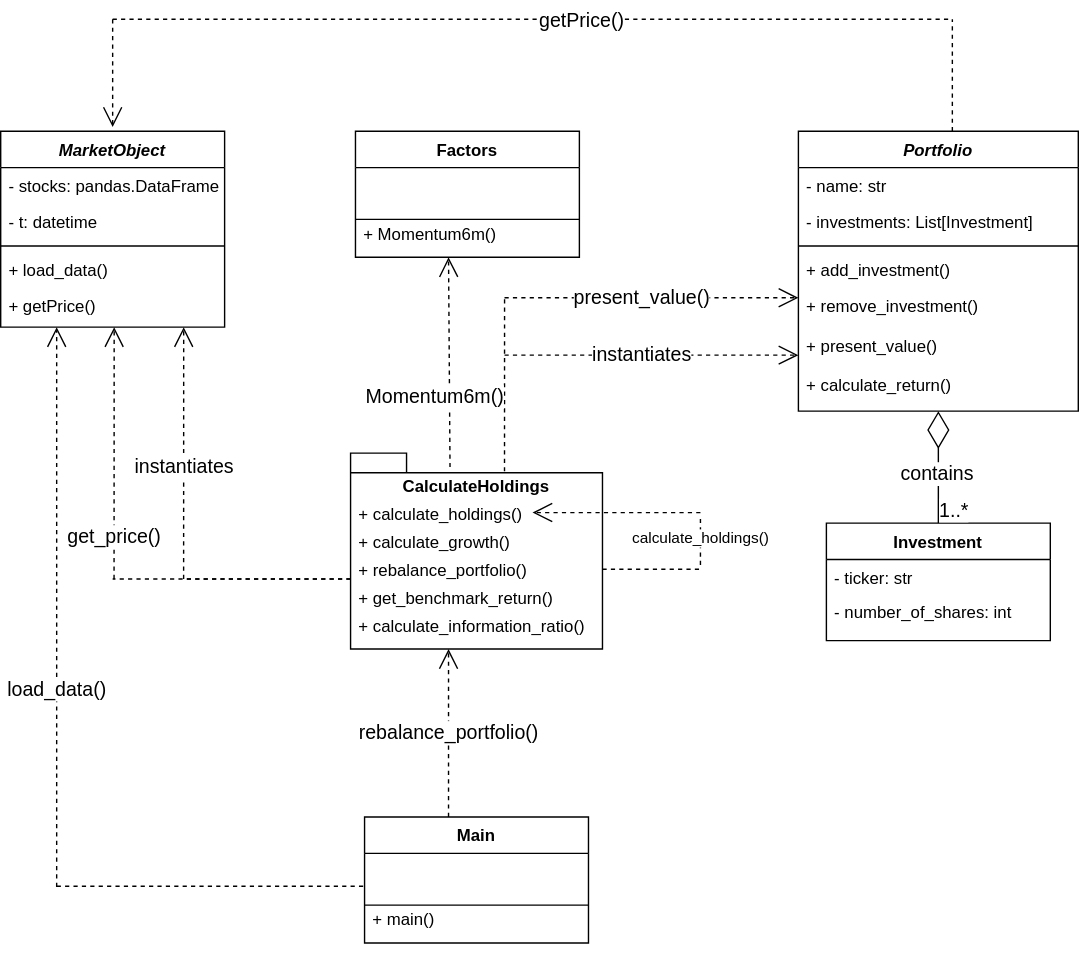
Before: Diagrams/class_diagram_040725.drawio.svg, a diagram exported from draw.io (mbh226/Factor-Lake). Source tidied: cells renumbered, new cells last; positions are measured from the earlier drawing's top-left corner, leaving out a move shared by most shapes.
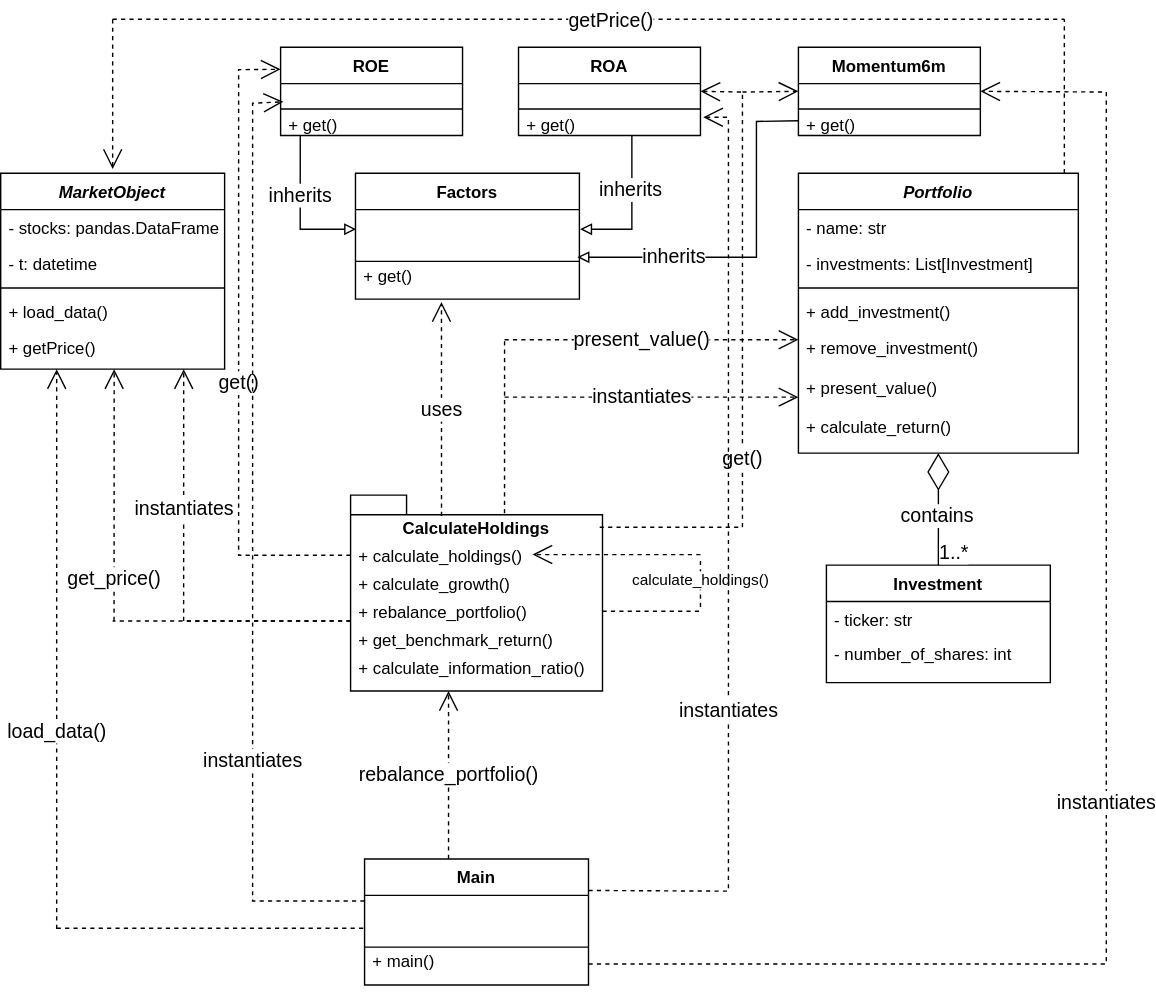
The same file after the commit.

Commit message:
updating class diagram to account for multiple factors

What changed in the source:
```diff
@@ -14,7 +14,7 @@
     <mxCell id="5" value="Factors" style="swimlane;fontStyle=1;align=center;verticalAlign=top;horizontal=1;startSize=26;rounded=0;shadow=0;strokeWidth=1;" parent="4" vertex="1">
       <mxGeometry width="160" height="90" as="geometry" />
     </mxCell>
-    <mxCell id="6" value="+ Momentum6m()" style="text;align=left;verticalAlign=top;spacingLeft=4;spacingRight=4;overflow=hidden;points=[[0,0.5],[1,0.5]];portConstraint=eastwest;" parent="4" vertex="1">
+    <mxCell id="6" value="+ get()" style="text;align=left;verticalAlign=top;spacingLeft=4;spacingRight=4;overflow=hidden;points=[[0,0.5],[1,0.5]];portConstraint=eastwest;" parent="4" vertex="1">
       <mxGeometry y="60" width="160" height="30" as="geometry" />
     </mxCell>
     <mxCell id="7" value="MarketObject" style="swimlane;fontStyle=3;align=center;verticalAlign=top;horizontal=1;startSize=26;rounded=0;shadow=0;strokeWidth=1;" parent="1" vertex="1">
@@ -168,21 +168,23 @@
         <mxPoint x="570" y="199" as="targetPoint" />
       </mxGeometry>
     </mxCell>
-    <mxCell id="48" value="&lt;font style=&quot;font-size: 14px;&quot;&gt;Momentum6m()&lt;/font&gt;" style="endArrow=open;endSize=12;dashed=1;html=1;rounded=0;" parent="1" edge="1">
-      <mxGeometry x="-0.33" y="11" relative="1" as="geometry">
-        <mxPoint x="321.1" y="320" as="sourcePoint" />
-        <mxPoint x="320" y="170" as="targetPoint" />
+    <mxCell id="48" value="&lt;font style=&quot;font-size: 14px;&quot;&gt;get()&lt;/font&gt;" style="endArrow=open;endSize=12;dashed=1;html=1;rounded=0;entryX=0;entryY=0.25;entryDx=0;entryDy=0;exitX=0;exitY=0.5;exitDx=0;exitDy=0;" parent="1" edge="1" source="34" target="65">
+      <mxGeometry x="-0.11" relative="1" as="geometry">
+        <Array as="points">
+          <mxPoint x="170" y="353" />
+          <mxPoint x="170" y="6" />
+        </Array>
       </mxGeometry>
     </mxCell>
     <mxCell id="49" style="endArrow=none;dashed=1;html=1;rounded=0;exitX=0.5;exitY=0;exitDx=0;exitDy=0;" parent="1" edge="1">
       <mxGeometry relative="1" as="geometry">
-        <mxPoint x="680" y="80" as="sourcePoint" />
-        <mxPoint x="680" as="targetPoint" />
+        <mxPoint x="760" y="80" as="sourcePoint" />
+        <mxPoint x="760" y="-30" as="targetPoint" />
       </mxGeometry>
     </mxCell>
     <mxCell id="50" style="endArrow=open;endSize=12;dashed=1;html=1;rounded=0;entryX=0.44;entryY=-0.015;entryDx=0;entryDy=0;entryPerimeter=0;" parent="1" edge="1">
       <mxGeometry x="0.01" relative="1" as="geometry">
-        <mxPoint x="80" as="sourcePoint" />
+        <mxPoint x="80" y="-30" as="sourcePoint" />
         <mxPoint x="80" y="77" as="targetPoint" />
       </mxGeometry>
     </mxCell>
@@ -221,13 +223,13 @@
     </mxCell>
     <mxCell id="59" style="endArrow=none;dashed=1;html=1;rounded=0;" parent="1" edge="1">
       <mxGeometry relative="1" as="geometry">
-        <mxPoint x="80" as="sourcePoint" />
-        <mxPoint x="680" as="targetPoint" />
+        <mxPoint x="80" y="-30" as="sourcePoint" />
+        <mxPoint x="760" y="-30" as="targetPoint" />
       </mxGeometry>
     </mxCell>
     <mxCell id="60" value="&lt;font style=&quot;font-size: 14px;&quot;&gt;getPrice()&lt;/font&gt;" style="edgeLabel;html=1;align=center;verticalAlign=middle;" parent="59" vertex="1">
       <mxGeometry x="0.54" relative="1" as="geometry">
-        <mxPoint x="-129" as="offset" />
+        <mxPoint x="-170" as="offset" />
       </mxGeometry>
     </mxCell>
     <mxCell id="61" value="&lt;font style=&quot;font-size: 14px;&quot;&gt;instantiates&lt;/font&gt;" style="endArrow=open;endSize=12;dashed=1;html=1;rounded=0;" parent="1" edge="1">
@@ -236,5 +238,136 @@
         <mxPoint x="570" y="240" as="targetPoint" />
       </mxGeometry>
     </mxCell>
+    <mxCell id="62" style="group;" parent="1" vertex="1">
+      <mxGeometry x="200" y="-10" width="130" height="70" as="geometry" />
+    </mxCell>
+    <mxCell id="63" style="line;html=1;strokeWidth=1;align=left;verticalAlign=middle;spacingTop=-1;spacingLeft=3;spacingRight=3;labelPosition=right;" parent="62" vertex="1">
+      <mxGeometry y="18.2" width="130" height="51.8" as="geometry" />
+    </mxCell>
+    <mxCell id="64" style="group;" parent="62" vertex="1">
+      <mxGeometry width="130" height="63" as="geometry" />
+    </mxCell>
+    <mxCell id="65" value="ROE" style="swimlane;fontStyle=1;align=center;verticalAlign=top;horizontal=1;startSize=26;rounded=0;shadow=0;strokeWidth=1;" parent="64" vertex="1">
+      <mxGeometry width="130" height="63" as="geometry" />
+    </mxCell>
+    <mxCell id="66" value="+ get()" style="text;align=left;verticalAlign=top;spacingLeft=4;spacingRight=4;overflow=hidden;points=[[0,0.5],[1,0.5]];portConstraint=eastwest;" parent="64" vertex="1">
+      <mxGeometry y="42" width="130" height="21" as="geometry" />
+    </mxCell>
+    <mxCell id="67" style="group;" parent="1" vertex="1">
+      <mxGeometry x="370" y="-10" width="130" height="70" as="geometry" />
+    </mxCell>
+    <mxCell id="68" style="line;html=1;strokeWidth=1;align=left;verticalAlign=middle;spacingTop=-1;spacingLeft=3;spacingRight=3;labelPosition=right;" parent="67" vertex="1">
+      <mxGeometry y="18.2" width="130" height="51.8" as="geometry" />
+    </mxCell>
+    <mxCell id="69" style="group;" parent="67" vertex="1">
+      <mxGeometry width="130" height="63" as="geometry" />
+    </mxCell>
+    <mxCell id="70" value="ROA" style="swimlane;fontStyle=1;align=center;verticalAlign=top;horizontal=1;startSize=26;rounded=0;shadow=0;strokeWidth=1;" parent="69" vertex="1">
+      <mxGeometry width="130" height="63" as="geometry" />
+    </mxCell>
+    <mxCell id="71" value="+ get()" style="text;align=left;verticalAlign=top;spacingLeft=4;spacingRight=4;overflow=hidden;points=[[0,0.5],[1,0.5]];portConstraint=eastwest;" parent="69" vertex="1">
+      <mxGeometry y="42" width="130" height="21" as="geometry" />
+    </mxCell>
+    <mxCell id="72" value="&lt;font style=&quot;font-size: 14px;&quot;&gt;inherits&lt;/font&gt;" style="endArrow=block;html=1;rounded=0;exitX=0.108;exitY=1;exitDx=0;exitDy=0;exitPerimeter=0;endFill=0;" parent="1" edge="1" source="66">
+      <mxGeometry x="-0.2" relative="1" as="geometry">
+        <mxPoint x="254" y="120" as="targetPoint" />
+        <Array as="points">
+          <mxPoint x="214" y="120" />
+        </Array>
+      </mxGeometry>
+    </mxCell>
+    <mxCell id="73" style="endArrow=block;html=1;rounded=0;endFill=0;exitX=0.623;exitY=1;exitDx=0;exitDy=0;exitPerimeter=0;" parent="1" edge="1" source="71">
+      <mxGeometry relative="1" as="geometry">
+        <mxPoint x="414" y="120" as="targetPoint" />
+        <Array as="points">
+          <mxPoint x="451" y="120" />
+        </Array>
+      </mxGeometry>
+    </mxCell>
+    <mxCell id="74" value="&lt;span style=&quot;font-size: 14px;&quot;&gt;inherits&lt;/span&gt;" style="edgeLabel;html=1;align=center;verticalAlign=middle;" parent="73" vertex="1">
+      <mxGeometry x="-0.27" y="-1" relative="1" as="geometry" />
+    </mxCell>
+    <mxCell id="75" style="group;" parent="1" vertex="1">
+      <mxGeometry x="570" y="-10" width="130" height="70" as="geometry" />
+    </mxCell>
+    <mxCell id="76" style="line;html=1;strokeWidth=1;align=left;verticalAlign=middle;spacingTop=-1;spacingLeft=3;spacingRight=3;labelPosition=right;" parent="75" vertex="1">
+      <mxGeometry y="18.2" width="130" height="51.8" as="geometry" />
+    </mxCell>
+    <mxCell id="77" style="group;" parent="75" vertex="1">
+      <mxGeometry width="130" height="63" as="geometry" />
+    </mxCell>
+    <mxCell id="78" value="Momentum6m" style="swimlane;fontStyle=1;align=center;verticalAlign=top;horizontal=1;startSize=26;rounded=0;shadow=0;strokeWidth=1;" parent="77" vertex="1">
+      <mxGeometry width="130" height="63" as="geometry" />
+    </mxCell>
+    <mxCell id="79" value="+ get()" style="text;align=left;verticalAlign=top;spacingLeft=4;spacingRight=4;overflow=hidden;points=[[0,0.5],[1,0.5]];portConstraint=eastwest;" parent="77" vertex="1">
+      <mxGeometry y="42" width="130" height="21" as="geometry" />
+    </mxCell>
+    <mxCell id="80" style="endArrow=block;html=1;rounded=0;endFill=0;entryX=0.991;entryY=0;entryDx=0;entryDy=0;entryPerimeter=0;exitX=0;exitY=0.5;exitDx=0;exitDy=0;" parent="1" edge="1" source="79" target="6">
+      <mxGeometry relative="1" as="geometry">
+        <Array as="points">
+          <mxPoint x="540" y="43" />
+          <mxPoint x="540" y="80" />
+          <mxPoint x="540" y="117" />
+          <mxPoint x="540" y="140" />
+        </Array>
+      </mxGeometry>
+    </mxCell>
+    <mxCell id="81" value="&lt;span style=&quot;font-size: 14px;&quot;&gt;inherits&lt;/span&gt;" style="edgeLabel;html=1;align=center;verticalAlign=middle;" parent="80" vertex="1">
+      <mxGeometry x="-0.27" y="-1" relative="1" as="geometry">
+        <mxPoint x="-59" y="34" as="offset" />
+      </mxGeometry>
+    </mxCell>
+    <mxCell id="82" value="&lt;font style=&quot;font-size: 14px;&quot;&gt;get()&lt;/font&gt;" style="endArrow=open;endSize=12;dashed=1;html=1;rounded=0;exitX=0.989;exitY=0.164;exitDx=0;exitDy=0;exitPerimeter=0;entryX=1;entryY=0.5;entryDx=0;entryDy=0;" parent="1" edge="1" source="33" target="70">
+      <mxGeometry x="-0.32" relative="1" as="geometry">
+        <Array as="points">
+          <mxPoint x="480" y="333" />
+          <mxPoint x="530" y="333" />
+          <mxPoint x="530" y="260" />
+          <mxPoint x="530" y="170" />
+          <mxPoint x="530" y="50" />
+          <mxPoint x="530" y="22" />
+        </Array>
+      </mxGeometry>
+    </mxCell>
+    <mxCell id="83" style="endArrow=open;endSize=12;dashed=1;html=1;rounded=0;entryX=0;entryY=0.5;entryDx=0;entryDy=0;" parent="1" edge="1" target="78">
+      <mxGeometry relative="1" as="geometry">
+        <mxPoint x="530" y="22" as="sourcePoint" />
+      </mxGeometry>
+    </mxCell>
+    <mxCell id="84" value="&lt;font style=&quot;font-size: 14px;&quot;&gt;uses&lt;/font&gt;" style="endArrow=open;endSize=12;dashed=1;html=1;rounded=0;exitX=0.361;exitY=0.107;exitDx=0;exitDy=0;exitPerimeter=0;entryX=0.384;entryY=1.067;entryDx=0;entryDy=0;entryPerimeter=0;" parent="1" edge="1" source="33" target="6">
+      <mxGeometry relative="1" as="geometry" />
+    </mxCell>
+    <mxCell id="85" value="&lt;font style=&quot;font-size: 14px;&quot;&gt;instantiates&lt;/font&gt;" style="endArrow=open;endSize=12;dashed=1;html=1;rounded=0;entryX=0.015;entryY=-0.143;entryDx=0;entryDy=0;entryPerimeter=0;" parent="1" edge="1" target="66">
+      <mxGeometry x="-0.46" relative="1" as="geometry">
+        <mxPoint x="260" y="600" as="sourcePoint" />
+        <Array as="points">
+          <mxPoint x="180" y="600" />
+          <mxPoint x="180" y="30" />
+        </Array>
+      </mxGeometry>
+    </mxCell>
+    <mxCell id="86" value="&lt;font style=&quot;font-size: 14px;&quot;&gt;instantiates&lt;/font&gt;" style="endArrow=open;endSize=12;dashed=1;html=1;rounded=0;exitX=1;exitY=0.25;exitDx=0;exitDy=0;entryX=1;entryY=0.5;entryDx=0;entryDy=0;" parent="1" edge="1" source="54">
+      <mxGeometry x="-0.32" relative="1" as="geometry">
+        <mxPoint x="502" y="40" as="targetPoint" />
+        <Array as="points">
+          <mxPoint x="520" y="593" />
+          <mxPoint x="520" y="430" />
+          <mxPoint x="520" y="280" />
+          <mxPoint x="520" y="110" />
+          <mxPoint x="520" y="40" />
+        </Array>
+      </mxGeometry>
+    </mxCell>
+    <mxCell id="87" value="&lt;font style=&quot;font-size: 14px;&quot;&gt;instantiates&lt;/font&gt;" style="endArrow=open;endSize=12;dashed=1;html=1;rounded=0;exitX=1;exitY=0.5;exitDx=0;exitDy=0;entryX=1;entryY=0.5;entryDx=0;entryDy=0;" parent="1" edge="1" source="55" target="78">
+      <mxGeometry x="-0.1" relative="1" as="geometry">
+        <Array as="points">
+          <mxPoint x="790" y="645" />
+          <mxPoint x="790" y="410" />
+          <mxPoint x="790" y="260" />
+          <mxPoint x="790" y="90" />
+          <mxPoint x="790" y="22" />
+        </Array>
+      </mxGeometry>
+    </mxCell>
   </root>
 </mxGraphModel>
```
